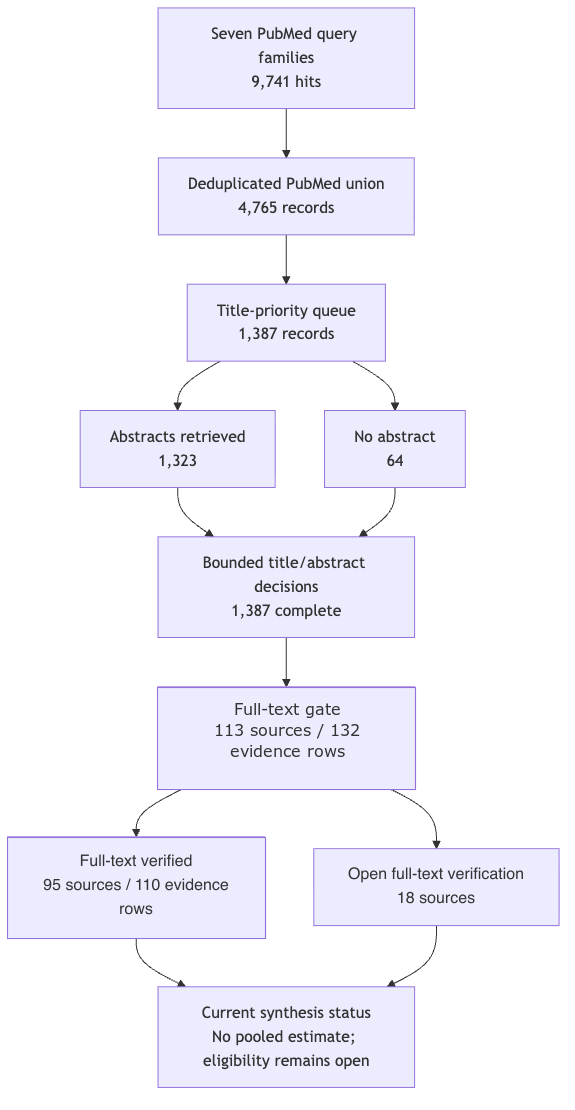
Above: manuscript/figures/figure-3-review-flow.png in dcmcshan/artemisia (Mermaid), before the change. Its source is kept beside it as manuscript/figures/figure-3-review-flow.mmd.
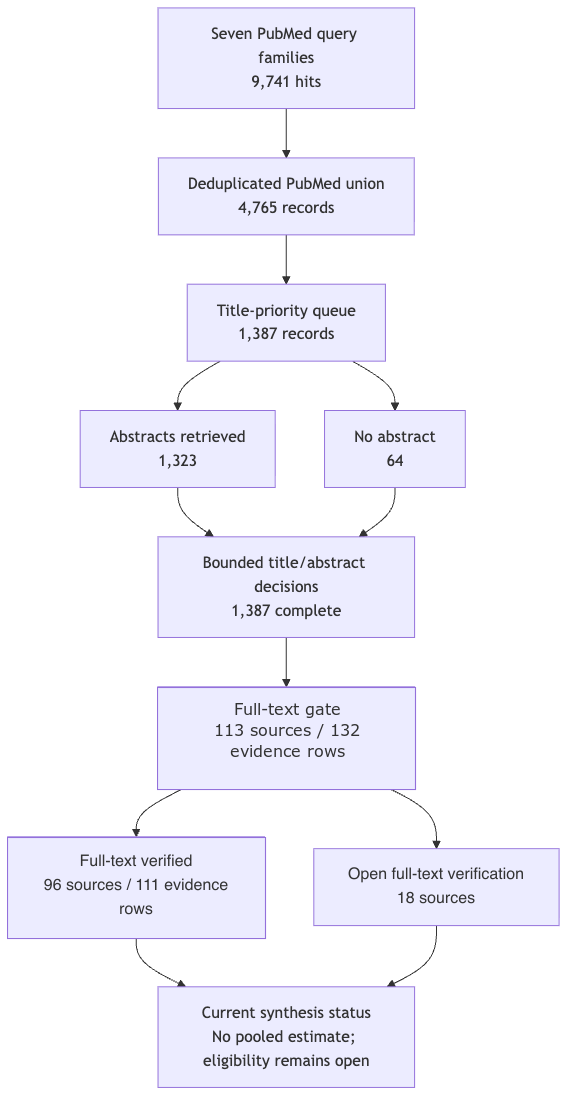
The same diagram one commit later.

What changed in the source:
```diff
@@ -5,8 +5,8 @@
   C --> E["No abstract<br/>64"]
   D --> F["Bounded title/abstract decisions<br/>1,387 complete"]
   E --> F
-  F --> G["Full-text gate<br/>113 sources / 132 evidence rows"]
-  G --> H["Full-text verified<br/>95 sources / 110 evidence rows"]
+  F --> G["Full-text gate<br/>114 sources / 133 evidence rows"]
+  G --> H["Full-text verified<br/>96 sources / 111 evidence rows"]
   G --> I["Open full-text verification<br/>18 sources"]
   H --> J["Current synthesis status<br/>No pooled estimate; eligibility remains open"]
   I --> J
```
